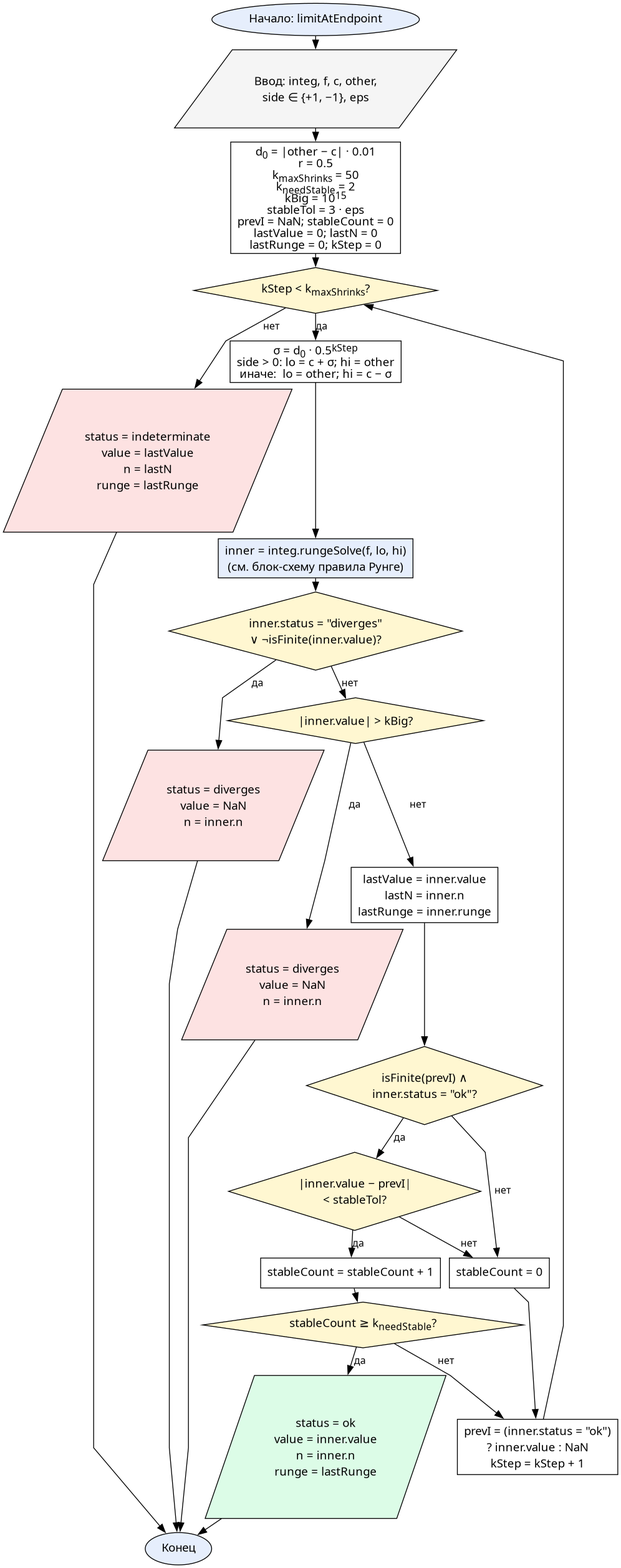
Before: reports/resources/flowcharts/limit_at_endpoint.png, a diagram exported from Graphviz (Oriptal/calc-math-lab2). Its source is kept beside it as reports/resources/flowcharts/limit_at_endpoint.dot.
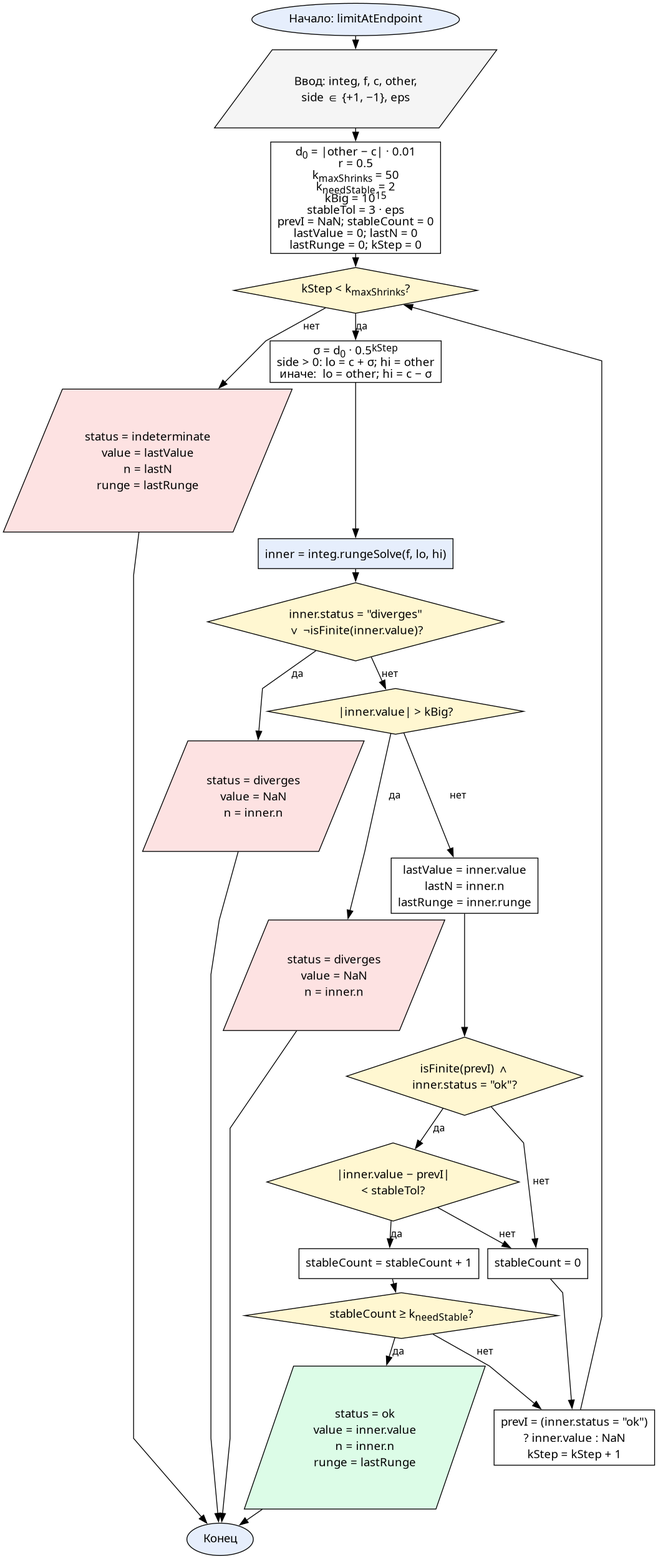
Above is the later version.

Diff of the diagram source:
```diff
@@ -12,7 +12,7 @@
 
   comp     [label=<σ = d<SUB>0</SUB> · 0.5<SUP>kStep</SUP><BR/>side &gt; 0:&nbsp;lo = c + σ; hi = other<BR/>иначе:&nbsp;&nbsp;lo = other; hi = c − σ>, shape=box]
 
-  callRunge [label=<inner = integ.rungeSolve(f, lo, hi)<BR/>(см. блок-схему правила Рунге)>, shape=box, fillcolor="#e6eefc"]
+  callRunge [label=<inner = integ.rungeSolve(f, lo, hi)>, shape=box, fillcolor="#e6eefc"]
 
   chkDiv    [label=<inner.status = "diverges"<BR/>∨ ¬isFinite(inner.value)?>, shape=diamond, fillcolor="#fff7d1"]
   retDiv    [label=<status = diverges<BR/>value = NaN<BR/>n = inner.n>, shape=parallelogram, fillcolor="#fde2e2"]
```
